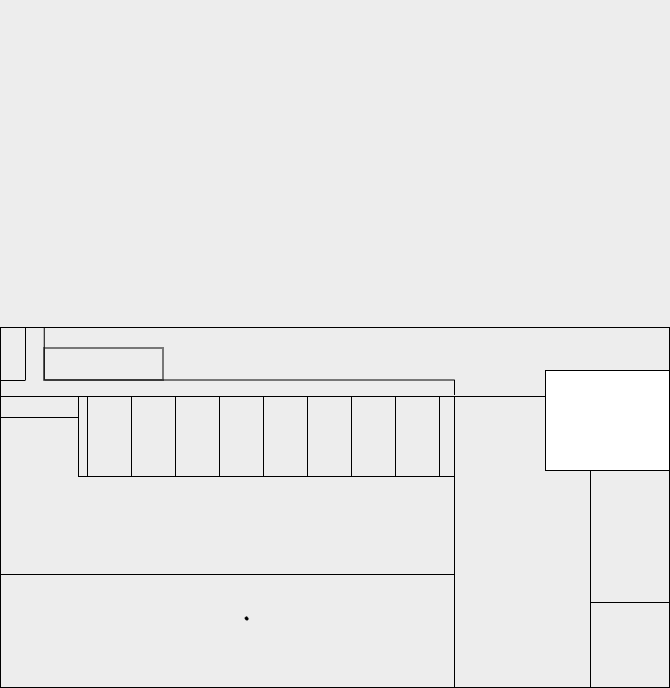
Above: new.drawio.png in Posuza/draw.io-files (draw.io), before the change. Source tidied: cells renumbered, new cells last; positions are measured from the earlier drawing's top-left corner, leaving out a move shared by most shapes.
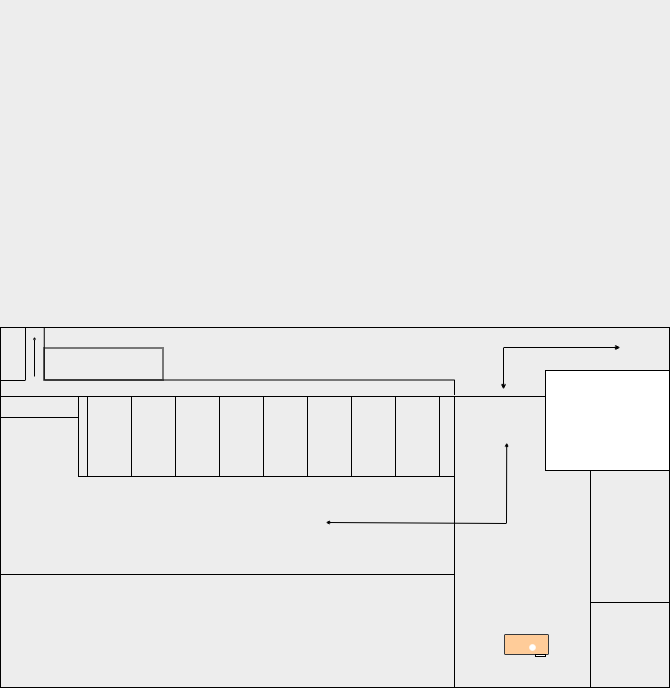
After the commit.

Change to the diagram source:
```diff
@@ -2,7 +2,7 @@
   <root>
     <mxCell id="0" />
     <mxCell id="1" parent="0" />
-    <mxCell id="2" style="rounded=0;whiteSpace=wrap;html=1;fillColor=none;strokeColor=light-dark(#000000,#000000);" parent="1" vertex="1">
+    <mxCell id="2" style="rounded=0;whiteSpace=wrap;html=1;fillColor=none;strokeColor=light-dark(#000000,#1A1A1A);" parent="1" vertex="1">
       <mxGeometry y="318" width="669" height="360" as="geometry" />
     </mxCell>
     <mxCell id="3" style="rounded=0;whiteSpace=wrap;html=1;fillColor=none;strokeColor=light-dark(#000000,#000000);" parent="1" vertex="1">
@@ -74,8 +74,36 @@
     <mxCell id="24" style="shape=partialRectangle;whiteSpace=wrap;html=1;right=0;top=0;bottom=0;fillColor=none;routingCenterX=-0.5;rounded=0;shadow=0;glass=0;strokeColor=light-dark(#000000,#000000);align=center;verticalAlign=middle;fontFamily=Helvetica;fontSize=12;fontColor=default;rotation=-180;" parent="1" vertex="1">
       <mxGeometry x="392" y="371" width="62" height="14" as="geometry" />
     </mxCell>
-    <mxCell id="25" style="shape=(stored shape, 640 characters);lineShape=1;strokeColor=default;rounded=0;shadow=0;glass=0;align=center;verticalAlign=middle;fontFamily=Helvetica;fontSize=12;fontColor=default;fillColor=none;" parent="1" vertex="1">
-      <mxGeometry x="244.3" y="607.1" width="3.7" height="3.7" as="geometry" />
-    </mxCell>
+    <mxCell id="26" style="rounded=1;whiteSpace=wrap;html=1;glass=0;shadow=0;fillColor=light-dark(#ffcc99, #ffc841);strokeColor=#36393d;arcSize=6;" parent="1" vertex="1">
+      <mxGeometry x="504" y="625" width="44" height="20" as="geometry" />
+    </mxCell>
+    <mxCell id="27" style="rounded=0;whiteSpace=wrap;html=1;glass=0;shadow=0;fillColor=light-dark(#FFFFFF,#AD8E40);strokeColor=light-dark(#000000, #7a6144);" parent="1" vertex="1">
+      <mxGeometry x="535" y="645" width="10" height="2" as="geometry" />
+    </mxCell>
+    <mxCell id="28" style="ellipse;whiteSpace=wrap;html=1;rounded=0;shadow=0;glass=0;strokeColor=light-dark(#FFFFFF,#FFFFFF);align=center;verticalAlign=middle;fontFamily=Helvetica;fontSize=12;fontColor=default;fillColor=default;strokeWidth=0.5;" parent="1" vertex="1">
+      <mxGeometry x="529" y="635" width="6" height="6" as="geometry" />
+    </mxCell>
+    <mxCell id="29" style="endArrow=block;html=1;rounded=0;endSize=1;startSize=1;fontFamily=Helvetica;fontSize=12;fontColor=default;strokeColor=light-dark(#000000,#1A1A1A);endFill=1;jumpSize=1;startArrow=none;startFill=0;" parent="1" edge="1">
+      <mxGeometry relative="1" as="geometry">
+        <mxPoint x="34" y="367" as="sourcePoint" />
+        <mxPoint x="34" y="327" as="targetPoint" />
+      </mxGeometry>
+    </mxCell>
+    <mxCell id="30" style="endArrow=block;html=1;rounded=0;endSize=2;startSize=2;fontFamily=Helvetica;fontSize=12;fontColor=default;strokeColor=light-dark(#000000,#1A1A1A);endFill=1;jumpSize=1;startArrow=block;startFill=1;exitX=0.716;exitY=0.433;exitDx=0;exitDy=0;exitPerimeter=0;entryX=0.858;entryY=0.158;entryDx=0;entryDy=0;entryPerimeter=0;" parent="1" edge="1" source="5" target="3">
+      <mxGeometry relative="1" as="geometry">
+        <Array as="points">
+          <mxPoint x="506" y="514" />
+        </Array>
+      </mxGeometry>
+    </mxCell>
+    <mxCell id="31" style="endArrow=block;html=1;rounded=0;endSize=3;startSize=3;fontFamily=Helvetica;fontSize=12;fontColor=default;strokeColor=light-dark(#000000,#1A1A1A);endFill=1;jumpSize=1;startArrow=block;startFill=1;" parent="1" edge="1">
+      <mxGeometry relative="1" as="geometry">
+        <mxPoint x="503" y="380" as="sourcePoint" />
+        <mxPoint x="620" y="338" as="targetPoint" />
+        <Array as="points">
+          <mxPoint x="503" y="338" />
+        </Array>
+      </mxGeometry>
+    </mxCell>
   </root>
 </mxGraphModel>
```
